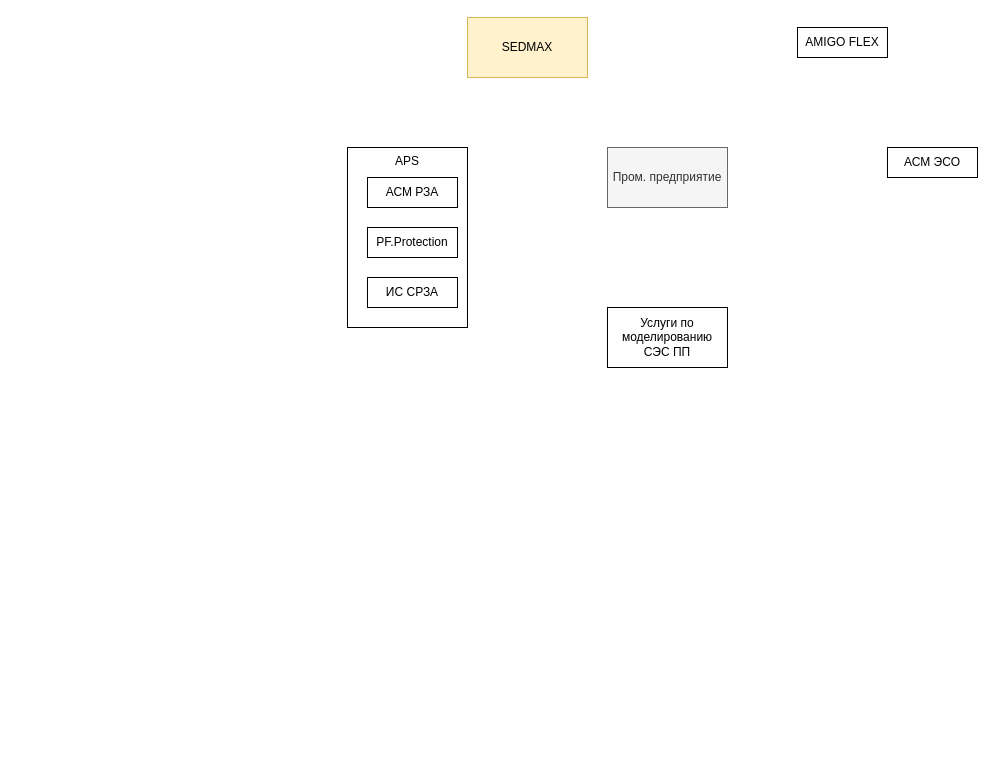
This is PSS .drawio from Randyrofed/DrawIO, a draw.io file, before an edit. Source tidied: cells renumbered, new cells numbered last; positions are measured from the earlier drawing's top-left corner, leaving out a move shared by most shapes. Both pictures are drawn from the tidied source at 100%, with x=0, y=0 at pixel (347, 17).
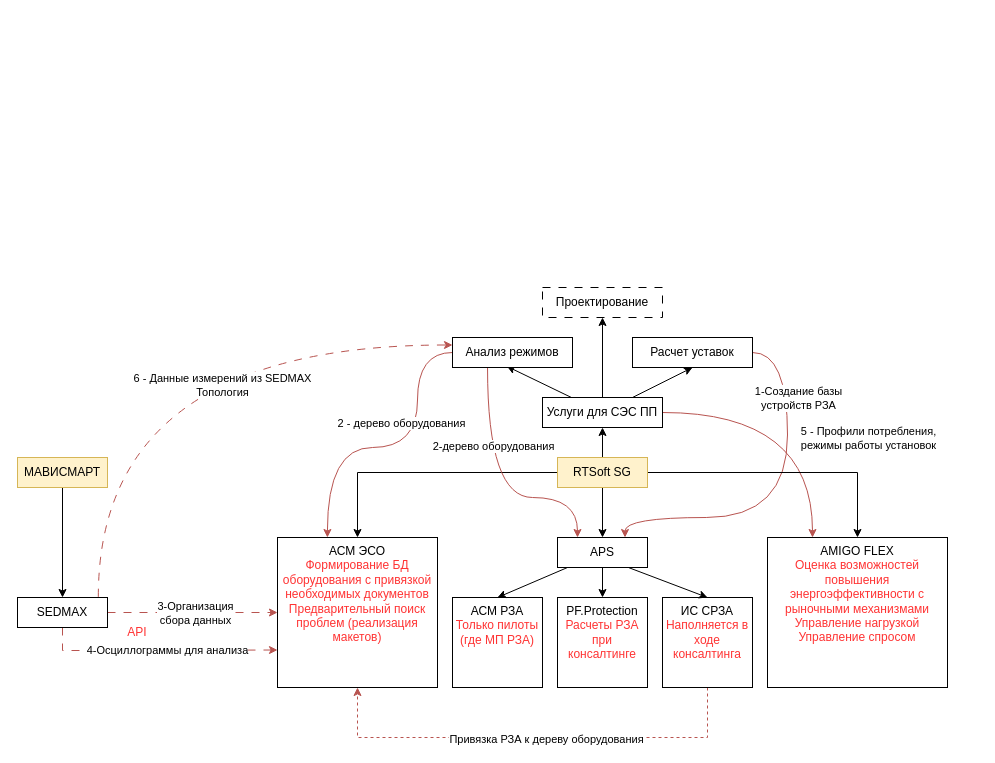
The same diagram, later.

The edit, as a diff of the source:
```diff
@@
-    <mxCell id="2" value="АСМ РЗА" style="rounded=0;whiteSpace=wrap;html=1;" parent="1" vertex="1">
-      <mxGeometry x="20" y="160" width="90" height="30" as="geometry" />
+    <mxCell id="2" value="АСМ РЗА&lt;br&gt;&lt;font color=&quot;#ff3333&quot;&gt;Только пилоты (где МП РЗА)&lt;/font&gt;" style="rounded=0;whiteSpace=wrap;html=1;verticalAlign=top;" parent="1" vertex="1">
+      <mxGeometry x="105" y="580" width="90" height="90" as="geometry" />
     </mxCell>
-    <mxCell id="3" value="PF.Protection" style="rounded=0;whiteSpace=wrap;html=1;" parent="1" vertex="1">
-      <mxGeometry x="20" y="210" width="90" height="30" as="geometry" />
+    <mxCell id="3" value="PF.Protection&lt;br&gt;&lt;font color=&quot;#ff3333&quot;&gt;Расчеты РЗА при консалтинге&lt;/font&gt;" style="rounded=0;whiteSpace=wrap;html=1;verticalAlign=top;" parent="1" vertex="1">
+      <mxGeometry x="210" y="580" width="90" height="90" as="geometry" />
     </mxCell>
+    <mxCell id="11" style="edgeStyle=orthogonalEdgeStyle;rounded=0;jettySize=auto;html=1;entryX=1;entryY=0.5;entryDx=0;entryDy=0;curved=1;exitX=0.75;exitY=0;exitDx=0;exitDy=0;startArrow=classic;startFill=1;endArrow=none;endFill=0;fillColor=#f8cecc;strokeColor=#b85450;" parent="1" edge="1" source="4" target="34">
+      <mxGeometry relative="1" as="geometry">
+        <Array as="points">
+          <mxPoint x="278" y="500" />
+          <mxPoint x="440" y="500" />
+          <mxPoint x="440" y="335" />
+        </Array>
+      </mxGeometry>
+    </mxCell>
+    <mxCell id="12" value="1-Создание базы &lt;br&gt;устройств РЗА" style="edgeLabel;html=1;align=center;verticalAlign=middle;" parent="11" vertex="1">
+      <mxGeometry x="0.05" y="1" relative="1" as="geometry">
+        <mxPoint x="11" y="-101" as="offset" />
+      </mxGeometry>
+    </mxCell>
+    <mxCell id="13" style="edgeStyle=orthogonalEdgeStyle;rounded=0;jettySize=auto;html=1;entryX=0.5;entryY=1;entryDx=0;entryDy=0;dashed=1;fillColor=#f8cecc;strokeColor=#b85450;" parent="1" edge="1" source="5" target="10">
+      <mxGeometry relative="1" as="geometry">
+        <Array as="points">
+          <mxPoint x="360" y="720" />
+          <mxPoint x="10" y="720" />
+        </Array>
+      </mxGeometry>
+    </mxCell>
+    <mxCell id="14" value="Привязка РЗА к дереву оборудования" style="edgeLabel;html=1;align=center;verticalAlign=middle;" parent="13" vertex="1">
+      <mxGeometry x="-0.06" y="1" relative="1" as="geometry" />
+    </mxCell>
+    <mxCell id="5" value="ИС СРЗА&lt;br&gt;&lt;font color=&quot;#ff3333&quot;&gt;Наполняется в ходе консалтинга&lt;/font&gt;" style="rounded=0;whiteSpace=wrap;html=1;verticalAlign=top;" parent="1" vertex="1">
+      <mxGeometry x="315" y="580" width="90" height="90" as="geometry" />
+    </mxCell>
+    <mxCell id="15" style="rounded=0;jettySize=auto;html=1;entryX=0.5;entryY=1;entryDx=0;entryDy=0;" parent="1" edge="1" source="6" target="34">
+      <mxGeometry relative="1" as="geometry" />
+    </mxCell>
+    <mxCell id="16" style="rounded=0;jettySize=auto;html=1;entryX=0.453;entryY=0.96;entryDx=0;entryDy=0;entryPerimeter=0;" parent="1" edge="1" source="6" target="33">
+      <mxGeometry relative="1" as="geometry" />
+    </mxCell>
+    <mxCell id="17" style="edgeStyle=orthogonalEdgeStyle;rounded=0;jettySize=auto;html=1;entryX=0.5;entryY=1;entryDx=0;entryDy=0;" parent="1" edge="1" source="6" target="35">
+      <mxGeometry relative="1" as="geometry" />
+    </mxCell>
+    <mxCell id="18" style="edgeStyle=orthogonalEdgeStyle;rounded=0;jettySize=auto;html=1;entryX=0.25;entryY=0;entryDx=0;entryDy=0;curved=1;fillColor=#f8cecc;strokeColor=#b85450;" parent="1" edge="1" source="6" target="28">
+      <mxGeometry relative="1" as="geometry" />
+    </mxCell>
+    <mxCell id="19" value="5 - Профили потребления, &lt;br&gt;режимы работы установок" style="edgeLabel;html=1;align=center;verticalAlign=middle;" parent="18" vertex="1">
+      <mxGeometry x="-0.3" y="-20" relative="1" as="geometry">
+        <mxPoint x="109" y="5" as="offset" />
+      </mxGeometry>
+    </mxCell>
+    <mxCell id="6" value="Услуги для СЭС ПП" style="rounded=0;whiteSpace=wrap;html=1;" parent="1" vertex="1">
+      <mxGeometry x="195" y="380" width="120" height="30" as="geometry" />
+    </mxCell>
+    <mxCell id="10" value="АСМ ЭСО&lt;br&gt;&lt;font color=&quot;#ff3333&quot;&gt;Формирование БД оборудования с привязкой необходимых документов&lt;br&gt;Предварительный поиск проблем (реализация макетов)&lt;br&gt;&lt;/font&gt;" style="rounded=0;whiteSpace=wrap;html=1;verticalAlign=top;" parent="1" vertex="1">
+      <mxGeometry x="-70" y="520" width="160" height="150" as="geometry" />
+    </mxCell>
+    <mxCell id="20" style="edgeStyle=orthogonalEdgeStyle;rounded=0;jettySize=auto;html=1;entryX=0.5;entryY=0;entryDx=0;entryDy=0;" parent="1" edge="1" source="25" target="4">
+      <mxGeometry relative="1" as="geometry" />
+    </mxCell>
+    <mxCell id="21" style="rounded=0;jettySize=auto;html=1;entryX=0.5;entryY=0;entryDx=0;entryDy=0;exitX=0.793;exitY=1.006;exitDx=0;exitDy=0;exitPerimeter=0;" parent="1" edge="1" source="4" target="5">
+      <mxGeometry relative="1" as="geometry" />
+    </mxCell>
+    <mxCell id="22" style="edgeStyle=orthogonalEdgeStyle;rounded=0;jettySize=auto;html=1;entryX=0.5;entryY=1;entryDx=0;entryDy=0;" parent="1" edge="1" source="25" target="6">
+      <mxGeometry relative="1" as="geometry" />
+    </mxCell>
+    <mxCell id="23" style="rounded=0;jettySize=auto;html=1;entryX=0.5;entryY=0;entryDx=0;entryDy=0;exitX=0;exitY=0.5;exitDx=0;exitDy=0;edgeStyle=orthogonalEdgeStyle;" parent="1" edge="1" source="25" target="10">
+      <mxGeometry relative="1" as="geometry" />
+    </mxCell>
+    <mxCell id="24" style="rounded=0;jettySize=auto;html=1;entryX=0.5;entryY=0;entryDx=0;entryDy=0;exitX=1;exitY=0.5;exitDx=0;exitDy=0;edgeStyle=orthogonalEdgeStyle;" parent="1" edge="1" source="25" target="28">
+      <mxGeometry relative="1" as="geometry" />
+    </mxCell>
+    <mxCell id="25" value="RTSoft SG" style="rounded=0;whiteSpace=wrap;html=1;fillColor=#fff2cc;strokeColor=#d6b656;" parent="1" vertex="1">
+      <mxGeometry x="210" y="440" width="90" height="30" as="geometry" />
+    </mxCell>
+    <mxCell id="26" style="edgeStyle=orthogonalEdgeStyle;rounded=0;jettySize=auto;html=1;entryX=0.5;entryY=0;entryDx=0;entryDy=0;" parent="1" edge="1" source="4" target="3">
+      <mxGeometry relative="1" as="geometry" />
+    </mxCell>
+    <mxCell id="27" style="rounded=0;jettySize=auto;html=1;entryX=0.5;entryY=0;entryDx=0;entryDy=0;" parent="1" edge="1" source="4" target="2">
+      <mxGeometry relative="1" as="geometry" />
+    </mxCell>
-    <mxCell id="4" value="APS" style="rounded=0;whiteSpace=wrap;html=1;fillColor=none;verticalAlign=top;" parent="1" vertex="1">
-      <mxGeometry y="130" width="120" height="180" as="geometry" />
+    <mxCell id="4" value="APS" style="rounded=0;whiteSpace=wrap;html=1;" parent="1" vertex="1">
+      <mxGeometry x="210" y="520" width="90" height="30" as="geometry" />
     </mxCell>
-    <mxCell id="5" value="ИС СРЗА" style="rounded=0;whiteSpace=wrap;html=1;" parent="1" vertex="1">
-      <mxGeometry x="20" y="260" width="90" height="30" as="geometry" />
-    </mxCell>
-    <mxCell id="6" value="Услуги по моделированию СЭС ПП" style="rounded=0;whiteSpace=wrap;html=1;" parent="1" vertex="1">
-      <mxGeometry x="260" y="290" width="120" height="60" as="geometry" />
-    </mxCell>
-    <mxCell id="7" value="Пром. предприятие" style="rounded=0;whiteSpace=wrap;html=1;fillColor=#f5f5f5;strokeColor=#666666;fontColor=#333333;" parent="1" vertex="1">
-      <mxGeometry x="260" y="130" width="120" height="60" as="geometry" />
-    </mxCell>
+    <mxCell id="28" value="AMIGO FLEX&lt;br&gt;&lt;font color=&quot;#ff3333&quot;&gt;Оценка возможностей повышения энергоэффективности с рыночными механизмами&lt;br&gt;Управление нагрузкой&lt;br&gt;Управление спросом&lt;br&gt;&lt;/font&gt;" style="rounded=0;whiteSpace=wrap;html=1;verticalAlign=top;" parent="1" vertex="1">
+      <mxGeometry x="420" y="520" width="180" height="150" as="geometry" />
+    </mxCell>
+    <mxCell id="29" style="edgeStyle=orthogonalEdgeStyle;rounded=0;jettySize=auto;html=1;entryX=0.312;entryY=0;entryDx=0;entryDy=0;curved=1;exitX=0;exitY=0.5;exitDx=0;exitDy=0;fillColor=#f8cecc;strokeColor=#b85450;entryPerimeter=0;" parent="1" edge="1" source="33" target="10">
+      <mxGeometry relative="1" as="geometry">
+        <Array as="points">
+          <mxPoint x="70" y="335" />
+          <mxPoint x="70" y="430" />
+          <mxPoint x="-20" y="430" />
+        </Array>
+      </mxGeometry>
+    </mxCell>
+    <mxCell id="30" value="2 - дерево оборудования" style="edgeLabel;html=1;align=center;verticalAlign=middle;" parent="29" vertex="1">
+      <mxGeometry x="0.18" y="-1" relative="1" as="geometry">
+        <mxPoint x="36" y="-24" as="offset" />
+      </mxGeometry>
+    </mxCell>
+    <mxCell id="31" style="edgeStyle=orthogonalEdgeStyle;rounded=0;jettySize=auto;html=1;curved=1;exitX=0.292;exitY=1;exitDx=0;exitDy=0;fillColor=#f8cecc;strokeColor=#b85450;exitPerimeter=0;" parent="1" edge="1" source="33">
+      <mxGeometry relative="1" as="geometry">
+        <mxPoint x="230" y="520" as="targetPoint" />
+        <Array as="points">
+          <mxPoint x="140" y="480" />
+          <mxPoint x="230" y="480" />
+        </Array>
+      </mxGeometry>
+    </mxCell>
+    <mxCell id="32" value="2-дерево оборудования" style="edgeLabel;html=1;align=center;verticalAlign=middle;" parent="31" vertex="1">
+      <mxGeometry x="-0.4" y="5" relative="1" as="geometry" />
+    </mxCell>
+    <mxCell id="33" value="Анализ режимов" style="rounded=0;whiteSpace=wrap;html=1;" parent="1" vertex="1">
+      <mxGeometry x="105" y="320" width="120" height="30" as="geometry" />
+    </mxCell>
+    <mxCell id="34" value="Расчет уставок" style="rounded=0;whiteSpace=wrap;html=1;" parent="1" vertex="1">
+      <mxGeometry x="285" y="320" width="120" height="30" as="geometry" />
+    </mxCell>
+    <mxCell id="35" value="Проектирование" style="rounded=0;whiteSpace=wrap;html=1;dashed=1;dashPattern=8 8;" parent="1" vertex="1">
+      <mxGeometry x="195" y="270" width="120" height="30" as="geometry" />
+    </mxCell>
+    <mxCell id="36" style="edgeStyle=orthogonalEdgeStyle;rounded=0;jettySize=auto;html=1;entryX=0.5;entryY=0;entryDx=0;entryDy=0;" parent="1" edge="1" source="37" target="8">
+      <mxGeometry relative="1" as="geometry" />
+    </mxCell>
+    <mxCell id="37" value="МАВИСМАРТ" style="rounded=0;whiteSpace=wrap;html=1;fillColor=#fff2cc;strokeColor=#d6b656;" parent="1" vertex="1">
+      <mxGeometry x="-330" y="440" width="90" height="30" as="geometry" />
+    </mxCell>
+    <mxCell id="38" style="edgeStyle=orthogonalEdgeStyle;rounded=0;jettySize=auto;html=1;fillColor=#f8cecc;strokeColor=#b85450;dashed=1;dashPattern=8 8;" parent="1" edge="1" source="8" target="10">
+      <mxGeometry relative="1" as="geometry" />
+    </mxCell>
+    <mxCell id="39" value="3-Организация &lt;br&gt;сбора данных" style="edgeLabel;html=1;align=center;verticalAlign=middle;" parent="38" vertex="1">
+      <mxGeometry x="0.2" relative="1" as="geometry">
+        <mxPoint x="-15" as="offset" />
+      </mxGeometry>
+    </mxCell>
+    <mxCell id="40" style="edgeStyle=orthogonalEdgeStyle;rounded=0;jettySize=auto;html=1;entryX=0;entryY=0.75;entryDx=0;entryDy=0;exitX=0.5;exitY=1;exitDx=0;exitDy=0;fillColor=#f8cecc;strokeColor=#b85450;dashed=1;dashPattern=8 8;" parent="1" edge="1" source="8" target="10">
+      <mxGeometry relative="1" as="geometry">
+        <Array as="points">
+          <mxPoint x="-235" y="633" />
+          <mxPoint x="-130" y="633" />
+        </Array>
+      </mxGeometry>
+    </mxCell>
+    <mxCell id="41" value="4-Осциллограммы для анализа" style="edgeLabel;html=1;align=center;verticalAlign=middle;" parent="40" vertex="1">
+      <mxGeometry x="-0.16" relative="1" as="geometry">
+        <mxPoint x="28" as="offset" />
+      </mxGeometry>
+    </mxCell>
+    <mxCell id="42" style="edgeStyle=orthogonalEdgeStyle;rounded=0;jettySize=auto;html=1;entryX=0;entryY=0.25;entryDx=0;entryDy=0;curved=1;exitX=0.898;exitY=-0.021;exitDx=0;exitDy=0;exitPerimeter=0;fillColor=#f8cecc;strokeColor=#b85450;dashed=1;dashPattern=8 8;" parent="1" edge="1" source="8" target="33">
+      <mxGeometry relative="1" as="geometry" />
+    </mxCell>
+    <mxCell id="43" value="6 - Данные измерений из SEDMAX&lt;br&gt;Топология" style="edgeLabel;html=1;align=center;verticalAlign=middle;" parent="42" vertex="1">
+      <mxGeometry x="0.24" y="-40" relative="1" as="geometry" />
+    </mxCell>
-    <mxCell id="8" value="SEDMAX" style="rounded=0;whiteSpace=wrap;html=1;fillColor=#fff2cc;strokeColor=#d6b656;" parent="1" vertex="1">
-      <mxGeometry x="120" width="120" height="60" as="geometry" />
+    <mxCell id="8" value="SEDMAX" style="rounded=0;whiteSpace=wrap;html=1;" parent="1" vertex="1">
+      <mxGeometry x="-330" y="580" width="90" height="30" as="geometry" />
     </mxCell>
-    <mxCell id="9" value="AMIGO FLEX" style="rounded=0;whiteSpace=wrap;html=1;" parent="1" vertex="1">
-      <mxGeometry x="450" y="10" width="90" height="30" as="geometry" />
-    </mxCell>
-    <mxCell id="10" value="АСМ ЭСО" style="rounded=0;whiteSpace=wrap;html=1;" parent="1" vertex="1">
-      <mxGeometry x="540" y="130" width="90" height="30" as="geometry" />
-    </mxCell>
+    <mxCell id="44" value="API" style="text;html=1;strokeColor=none;fillColor=none;align=center;verticalAlign=middle;whiteSpace=wrap;rounded=0;fontColor=#FF3333;" parent="1" vertex="1">
+      <mxGeometry x="-240" y="600" width="60" height="30" as="geometry" />
+    </mxCell>
```
